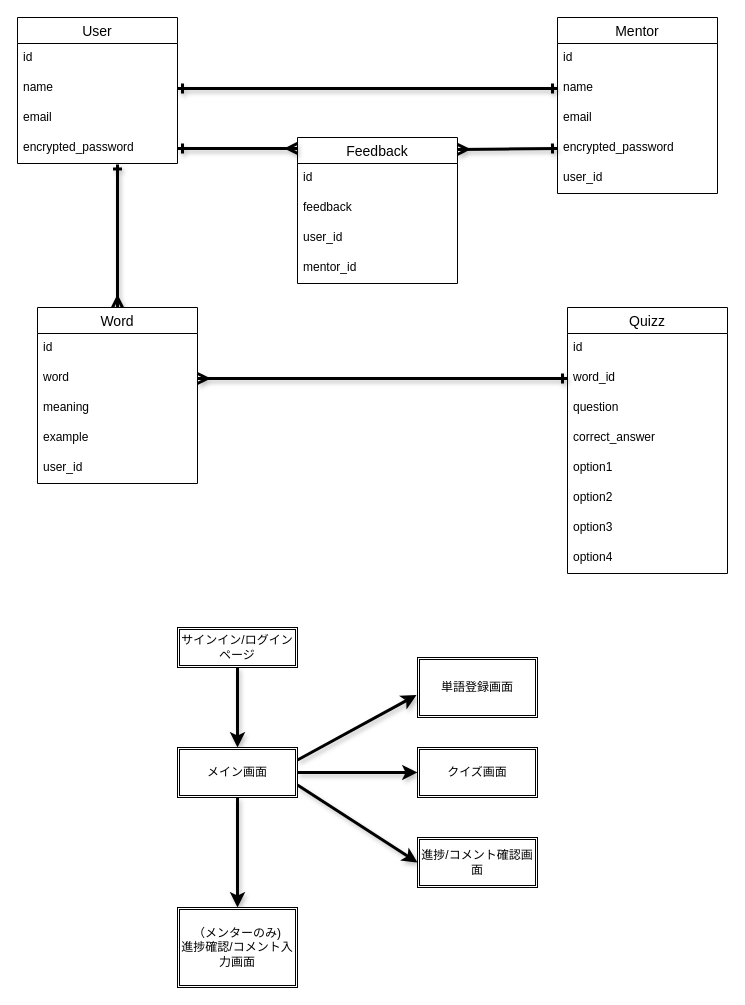
Above: test.dio in corgi-rika/ninjava_script (draw.io), before the change. Source tidied: cells renumbered, new cells numbered last; positions are measured from the earlier drawing's top-left corner, leaving out a move shared by most shapes. Both pictures are drawn from the tidied source at 100%, with x=0, y=0 at pixel (17, 17).
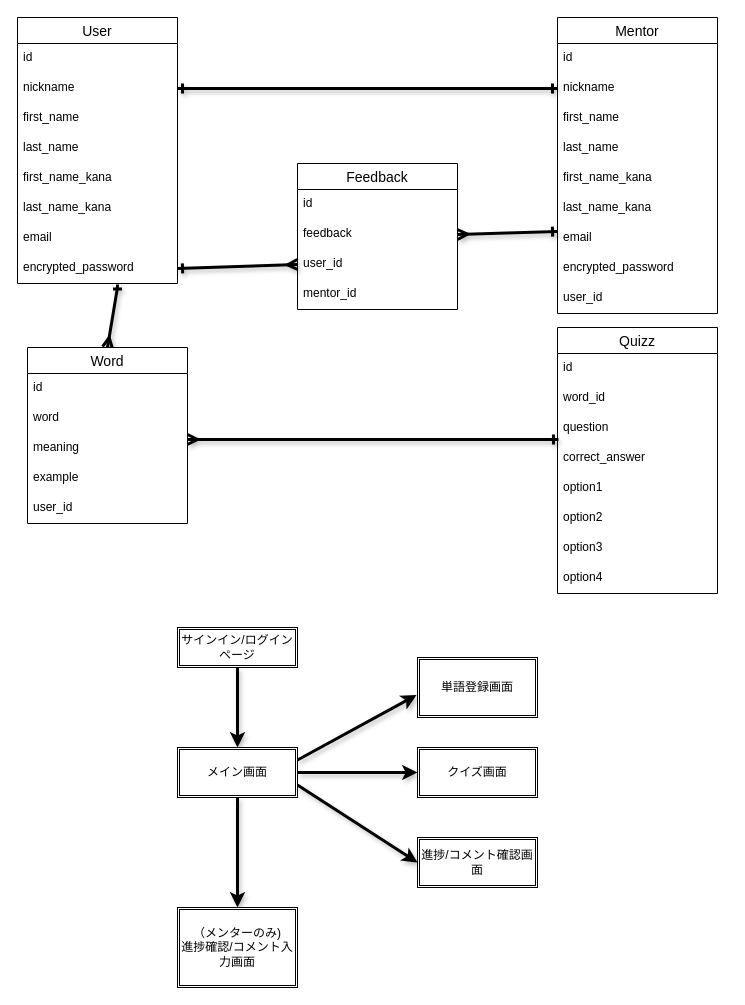
The same page after the edit.

Commit message (it also covers changes not shown here):
ER図とREADMEの修正

Unchanged cells that the change refers to:
```xml
<mxCell id="16" value="word" style="text;strokeColor=none;fillColor=none;spacingLeft=4;spacingRight=4;overflow=hidden;points=[[0,0.5],[1,0.5]];portConstraint=eastwest;fontSize=12;" parent="14" vertex="1">
  <mxGeometry y="56" width="160" height="30" as="geometry" />
</mxCell>
<mxCell id="17" value="meaning" style="text;strokeColor=none;fillColor=none;spacingLeft=4;spacingRight=4;overflow=hidden;points=[[0,0.5],[1,0.5]];portConstraint=eastwest;fontSize=12;" parent="14" vertex="1">
  <mxGeometry y="86" width="160" height="30" as="geometry" />
</mxCell>
<mxCell id="22" value="word_id" style="text;strokeColor=none;fillColor=none;spacingLeft=4;spacingRight=4;overflow=hidden;points=[[0,0.5],[1,0.5]];portConstraint=eastwest;fontSize=12;" parent="20" vertex="1">
  <mxGeometry y="56" width="160" height="30" as="geometry" />
</mxCell>
<mxCell id="23" value="question" style="text;strokeColor=none;fillColor=none;spacingLeft=4;spacingRight=4;overflow=hidden;points=[[0,0.5],[1,0.5]];portConstraint=eastwest;fontSize=12;" parent="20" vertex="1">
  <mxGeometry y="86" width="160" height="30" as="geometry" />
</mxCell>
<mxCell id="31" value="feedback" style="text;strokeColor=none;fillColor=none;spacingLeft=4;spacingRight=4;overflow=hidden;points=[[0,0.5],[1,0.5]];portConstraint=eastwest;fontSize=12;" parent="29" vertex="1">
  <mxGeometry y="56" width="160" height="30" as="geometry" />
</mxCell>
<mxCell id="32" value="user_id" style="text;strokeColor=none;fillColor=none;spacingLeft=4;spacingRight=4;overflow=hidden;points=[[0,0.5],[1,0.5]];portConstraint=eastwest;fontSize=12;" parent="29" vertex="1">
  <mxGeometry y="86" width="160" height="30" as="geometry" />
</mxCell>
```

Change to the diagram source:
```diff
@@
     <mxCell id="2" value="User" style="swimlane;fontStyle=0;horizontal=1;startSize=26;align=center;fontSize=14;" parent="1" vertex="1">
-      <mxGeometry width="160" height="146" as="geometry" />
+      <mxGeometry width="160" height="266" as="geometry" />
     </mxCell>
@@
-    <mxCell id="4" value="name" style="text;strokeColor=none;fillColor=none;spacingLeft=4;spacingRight=4;overflow=hidden;points=[[0,0.5],[1,0.5]];portConstraint=eastwest;fontSize=12;" parent="2" vertex="1">
+    <mxCell id="4" value="nickname" style="text;strokeColor=none;fillColor=none;spacingLeft=4;spacingRight=4;overflow=hidden;points=[[0,0.5],[1,0.5]];portConstraint=eastwest;fontSize=12;" parent="2" vertex="1">
       <mxGeometry y="56" width="160" height="30" as="geometry" />
     </mxCell>
+    <mxCell id="49" value="first_name" style="text;strokeColor=none;fillColor=none;spacingLeft=4;spacingRight=4;overflow=hidden;fontSize=12;" parent="2" vertex="1">
+      <mxGeometry y="86" width="160" height="30" as="geometry" />
+    </mxCell>
+    <mxCell id="50" value="last_name" style="text;strokeColor=none;fillColor=none;spacingLeft=4;spacingRight=4;overflow=hidden;fontSize=12;" parent="2" vertex="1">
+      <mxGeometry y="116" width="160" height="30" as="geometry" />
+    </mxCell>
+    <mxCell id="51" value="first_name_kana " style="text;strokeColor=none;fillColor=none;spacingLeft=4;spacingRight=4;overflow=hidden;fontSize=12;" parent="2" vertex="1">
+      <mxGeometry y="146" width="160" height="30" as="geometry" />
+    </mxCell>
+    <mxCell id="52" value="last_name_kana" style="text;strokeColor=none;fillColor=none;spacingLeft=4;spacingRight=4;overflow=hidden;fontSize=12;" parent="2" vertex="1">
+      <mxGeometry y="176" width="160" height="30" as="geometry" />
+    </mxCell>
     <mxCell id="5" value="email" style="text;strokeColor=none;fillColor=none;spacingLeft=4;spacingRight=4;overflow=hidden;fontSize=12;" parent="2" vertex="1">
-      <mxGeometry y="86" width="160" height="30" as="geometry" />
+      <mxGeometry y="206" width="160" height="30" as="geometry" />
     </mxCell>
     <mxCell id="6" value="encrypted_password" style="text;strokeColor=none;fillColor=none;spacingLeft=4;spacingRight=4;overflow=hidden;points=[[0,0.5],[1,0.5]];portConstraint=eastwest;fontSize=12;" parent="2" vertex="1">
-      <mxGeometry y="116" width="160" height="30" as="geometry" />
+      <mxGeometry y="236" width="160" height="30" as="geometry" />
     </mxCell>
     <mxCell id="7" value="Mentor" style="swimlane;fontStyle=0;horizontal=1;startSize=26;align=center;fontSize=14;" parent="1" vertex="1">
-      <mxGeometry x="540" width="160" height="176" as="geometry" />
+      <mxGeometry x="540" width="160" height="296" as="geometry" />
     </mxCell>
@@
-    <mxCell id="9" value="name" style="text;strokeColor=none;fillColor=none;spacingLeft=4;spacingRight=4;overflow=hidden;points=[[0,0.5],[1,0.5]];portConstraint=eastwest;fontSize=12;" parent="7" vertex="1">
+    <mxCell id="9" value="nickname" style="text;strokeColor=none;fillColor=none;spacingLeft=4;spacingRight=4;overflow=hidden;points=[[0,0.5],[1,0.5]];portConstraint=eastwest;fontSize=12;" parent="7" vertex="1">
       <mxGeometry y="56" width="160" height="30" as="geometry" />
     </mxCell>
+    <mxCell id="53" value="first_name" style="text;strokeColor=none;fillColor=none;spacingLeft=4;spacingRight=4;overflow=hidden;fontSize=12;" parent="7" vertex="1">
+      <mxGeometry y="86" width="160" height="30" as="geometry" />
+    </mxCell>
+    <mxCell id="54" value="last_name" style="text;strokeColor=none;fillColor=none;spacingLeft=4;spacingRight=4;overflow=hidden;fontSize=12;" parent="7" vertex="1">
+      <mxGeometry y="116" width="160" height="30" as="geometry" />
+    </mxCell>
+    <mxCell id="55" value="first_name_kana" style="text;strokeColor=none;fillColor=none;spacingLeft=4;spacingRight=4;overflow=hidden;fontSize=12;" parent="7" vertex="1">
+      <mxGeometry y="146" width="160" height="30" as="geometry" />
+    </mxCell>
+    <mxCell id="56" value="last_name_kana" style="text;strokeColor=none;fillColor=none;spacingLeft=4;spacingRight=4;overflow=hidden;fontSize=12;" parent="7" vertex="1">
+      <mxGeometry y="176" width="160" height="30" as="geometry" />
+    </mxCell>
     <mxCell id="10" value="email" style="text;strokeColor=none;fillColor=none;spacingLeft=4;spacingRight=4;overflow=hidden;points=[[0,0.5],[1,0.5]];portConstraint=eastwest;fontSize=12;" parent="7" vertex="1">
-      <mxGeometry y="86" width="160" height="30" as="geometry" />
+      <mxGeometry y="206" width="160" height="30" as="geometry" />
     </mxCell>
     <mxCell id="11" value="encrypted_password" style="text;strokeColor=none;fillColor=none;spacingLeft=4;spacingRight=4;overflow=hidden;points=[[0,0.5],[1,0.5]];portConstraint=eastwest;fontSize=12;" parent="7" vertex="1">
-      <mxGeometry y="116" width="160" height="30" as="geometry" />
+      <mxGeometry y="236" width="160" height="30" as="geometry" />
     </mxCell>
     <mxCell id="12" value="user_id" style="text;strokeColor=none;fillColor=none;spacingLeft=4;spacingRight=4;overflow=hidden;fontSize=12;" parent="7" vertex="1">
-      <mxGeometry y="146" width="160" height="30" as="geometry" />
+      <mxGeometry y="266" width="160" height="30" as="geometry" />
     </mxCell>
     <mxCell id="13" style="edgeStyle=none;html=1;exitX=0.5;exitY=0;exitDx=0;exitDy=0;entryX=0.625;entryY=1.033;entryDx=0;entryDy=0;entryPerimeter=0;shadow=1;strokeWidth=3;startArrow=ERmany;startFill=0;endArrow=ERone;endFill=0;targetPerimeterSpacing=0;endSize=5;" parent="1" edge="1" source="14" target="6">
       <mxGeometry relative="1" as="geometry">
         <Array as="points">
           <mxPoint x="100" y="270" />
-          <mxPoint x="100" y="250" />
-          <mxPoint x="100" y="210" />
         </Array>
       </mxGeometry>
     </mxCell>
     <mxCell id="14" value="Word" style="swimlane;fontStyle=0;horizontal=1;startSize=26;align=center;fontSize=14;" parent="1" vertex="1">
-      <mxGeometry x="20" y="290" width="160" height="176" as="geometry" />
+      <mxGeometry x="10" y="330" width="160" height="176" as="geometry" />
     </mxCell>
@@
     <mxCell id="20" value="Quizz" style="swimlane;fontStyle=0;horizontal=1;startSize=26;align=center;fontSize=14;" parent="1" vertex="1">
-      <mxGeometry x="550" y="290" width="160" height="266" as="geometry" />
+      <mxGeometry x="540" y="310" width="160" height="266" as="geometry" />
     </mxCell>
@@
     <mxCell id="29" value="Feedback" style="swimlane;fontStyle=0;horizontal=1;startSize=26;align=center;fontSize=14;" parent="1" vertex="1">
-      <mxGeometry x="280" y="120" width="160" height="146" as="geometry" />
+      <mxGeometry x="280" y="146" width="160" height="146" as="geometry" />
     </mxCell>
@@
-    <mxCell id="35" style="edgeStyle=none;html=1;exitX=1;exitY=0.5;exitDx=0;exitDy=0;entryX=0;entryY=0.5;entryDx=0;entryDy=0;shadow=1;strokeWidth=3;startArrow=ERmany;startFill=0;endArrow=ERone;endFill=0;endSize=6;targetPerimeterSpacing=4;sourcePerimeterSpacing=4;" parent="1" edge="1" source="16" target="22">
+    <mxCell id="35" style="edgeStyle=none;html=1;exitX=1;exitY=0.2;exitDx=0;exitDy=0;entryX=0.006;entryY=0.867;entryDx=0;entryDy=0;shadow=1;strokeWidth=3;startArrow=ERmany;startFill=0;endArrow=ERone;endFill=0;endSize=6;targetPerimeterSpacing=4;sourcePerimeterSpacing=4;exitPerimeter=0;entryPerimeter=0;" parent="1" edge="1" source="17" target="23">
       <mxGeometry relative="1" as="geometry" />
     </mxCell>
-    <mxCell id="36" style="edgeStyle=none;html=1;exitX=1;exitY=0.5;exitDx=0;exitDy=0;entryX=0;entryY=0.075;entryDx=0;entryDy=0;entryPerimeter=0;shadow=1;strokeWidth=3;startArrow=ERone;startFill=0;endArrow=ERmany;endFill=0;startSize=6;endSize=6;sourcePerimeterSpacing=4;targetPerimeterSpacing=4;" parent="1" edge="1" source="6" target="29">
+    <mxCell id="36" style="edgeStyle=none;html=1;exitX=1;exitY=0.5;exitDx=0;exitDy=0;entryX=0;entryY=0.5;entryDx=0;entryDy=0;shadow=1;strokeWidth=3;startArrow=ERone;startFill=0;endArrow=ERmany;endFill=0;startSize=6;endSize=6;sourcePerimeterSpacing=4;targetPerimeterSpacing=4;" parent="1" edge="1" source="6" target="32">
       <mxGeometry relative="1" as="geometry" />
     </mxCell>
-    <mxCell id="37" style="edgeStyle=none;html=1;exitX=0;exitY=0.5;exitDx=0;exitDy=0;entryX=1;entryY=0.082;entryDx=0;entryDy=0;entryPerimeter=0;shadow=1;strokeWidth=3;startArrow=ERone;startFill=0;endArrow=ERmany;endFill=0;startSize=6;endSize=6;sourcePerimeterSpacing=4;targetPerimeterSpacing=4;" parent="1" edge="1" source="11" target="29">
+    <mxCell id="37" style="edgeStyle=none;html=1;exitX=0;exitY=0.267;exitDx=0;exitDy=0;entryX=1;entryY=0.5;entryDx=0;entryDy=0;shadow=1;strokeWidth=3;startArrow=ERone;startFill=0;endArrow=ERmany;endFill=0;startSize=6;endSize=6;sourcePerimeterSpacing=4;targetPerimeterSpacing=4;exitPerimeter=0;" parent="1" edge="1" source="10" target="31">
       <mxGeometry relative="1" as="geometry" />
     </mxCell>
```
